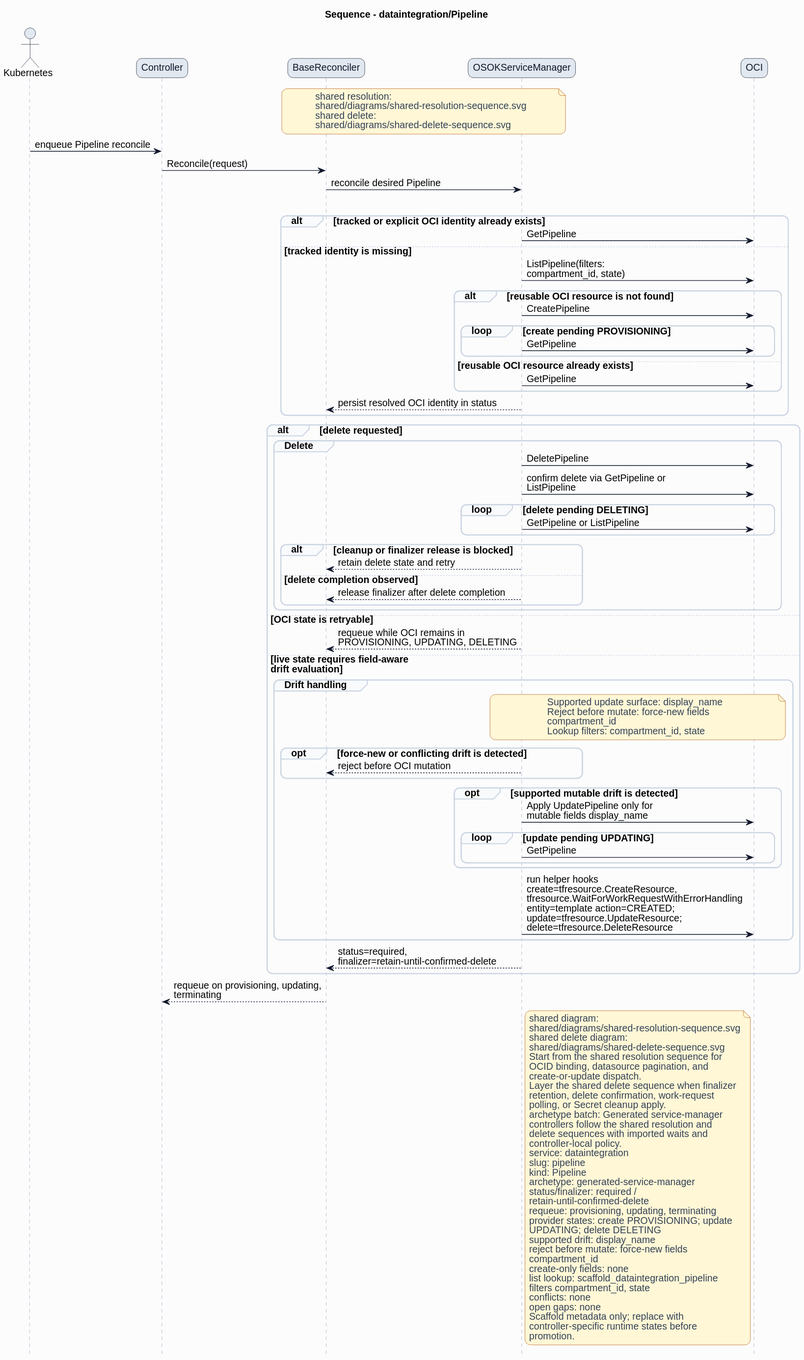
Earlier version of the PlantUML export formal/controllers/dataintegration/pipeline/diagrams/sequence.svg (HaoyL666/oci-service-operator). The source it was exported from:
```plantuml
@startuml
skinparam shadowing false
skinparam backgroundColor #fcfcfd
skinparam defaultFontName Helvetica
skinparam defaultFontSize 14
skinparam arrowColor #0f172a
skinparam noteBackgroundColor #fff7d6
skinparam noteBorderColor #b45309
skinparam noteFontColor #334155
skinparam roundcorner 16
title Sequence - dataintegration/Pipeline
hide footbox
skinparam sequence {
  actorBorderColor #0f172a
  actorBackgroundColor #e2e8f0
  participantBorderColor #0f172a
  participantBackgroundColor #e2e8f0
  participantFontColor #0f172a
  lifeLineBorderColor #94a3b8
  groupBorderColor #cbd5e1
  groupBackgroundColor #f8fafc
}
actor Kubernetes
participant Controller
participant BaseReconciler
participant "OSOKServiceManager" as ServiceManager
participant OCI
note over BaseReconciler,ServiceManager
shared resolution:
shared/diagrams/shared-resolution-sequence.svg
shared delete:
shared/diagrams/shared-delete-sequence.svg
end note
Kubernetes -> Controller: enqueue Pipeline reconcile
Controller -> BaseReconciler: Reconcile(request)
BaseReconciler -> ServiceManager: reconcile desired Pipeline
group Lookup and bind
alt tracked or explicit OCI identity already exists
ServiceManager -> OCI: GetPipeline
else tracked identity is missing
ServiceManager -> OCI: ListPipeline(filters:\ncompartment_id, state)
alt reusable OCI resource is not found
ServiceManager -> OCI: CreatePipeline
loop create pending PROVISIONING
ServiceManager -> OCI: GetPipeline
end
else reusable OCI resource already exists
ServiceManager -> OCI: GetPipeline
end
ServiceManager --> BaseReconciler: persist resolved OCI identity in status
end
alt delete requested
group Delete
ServiceManager -> OCI: DeletePipeline
ServiceManager -> OCI: confirm delete via GetPipeline or\nListPipeline
loop delete pending DELETING
ServiceManager -> OCI: GetPipeline or ListPipeline
end
alt cleanup or finalizer release is blocked
ServiceManager --> BaseReconciler: retain delete state and retry
else delete completion observed
ServiceManager --> BaseReconciler: release finalizer after delete completion
end
end
else OCI state is retryable
ServiceManager --> BaseReconciler: requeue while OCI remains in\nPROVISIONING, UPDATING, DELETING
else live state requires field-aware\ndrift evaluation
group Drift handling
note over ServiceManager,OCI
Supported update surface: display_name
Reject before mutate: force-new fields
compartment_id
Lookup filters: compartment_id, state
end note
opt force-new or conflicting drift is detected
ServiceManager --> BaseReconciler: reject before OCI mutation
end
opt supported mutable drift is detected
ServiceManager -> OCI: Apply UpdatePipeline only for\nmutable fields display_name
loop update pending UPDATING
ServiceManager -> OCI: GetPipeline
end
end
ServiceManager -> OCI: run helper hooks\ncreate=tfresource.CreateResource,\ntfresource.WaitForWorkRequestWithErrorHandling\nentity=template action=CREATED;\nupdate=tfresource.UpdateResource;\ndelete=tfresource.DeleteResource
end
ServiceManager --> BaseReconciler: status=required,\nfinalizer=retain-until-confirmed-delete
end
BaseReconciler --> Controller: requeue on provisioning, updating,\nterminating
note right of ServiceManager
shared diagram:
shared/diagrams/shared-resolution-sequence.svg
shared delete diagram:
shared/diagrams/shared-delete-sequence.svg
Start from the shared resolution sequence for
OCID binding, datasource pagination, and
create-or-update dispatch.
Layer the shared delete sequence when finalizer
retention, delete confirmation, work-request
polling, or Secret cleanup apply.
archetype batch: Generated service-manager
controllers follow the shared resolution and
delete sequences with imported waits and
controller-local policy.
service: dataintegration
slug: pipeline
kind: Pipeline
archetype: generated-service-manager
status/finalizer: required /
retain-until-confirmed-delete
requeue: provisioning, updating, terminating
provider states: create PROVISIONING; update
UPDATING; delete DELETING
supported drift: display_name
reject before mutate: force-new fields
compartment_id
create-only fields: none
list lookup: scaffold_dataintegration_pipeline
filters compartment_id, state
conflicts: none
open gaps: none
Scaffold metadata only; replace with
controller-specific runtime states before
promotion.
end note
@enduml
```
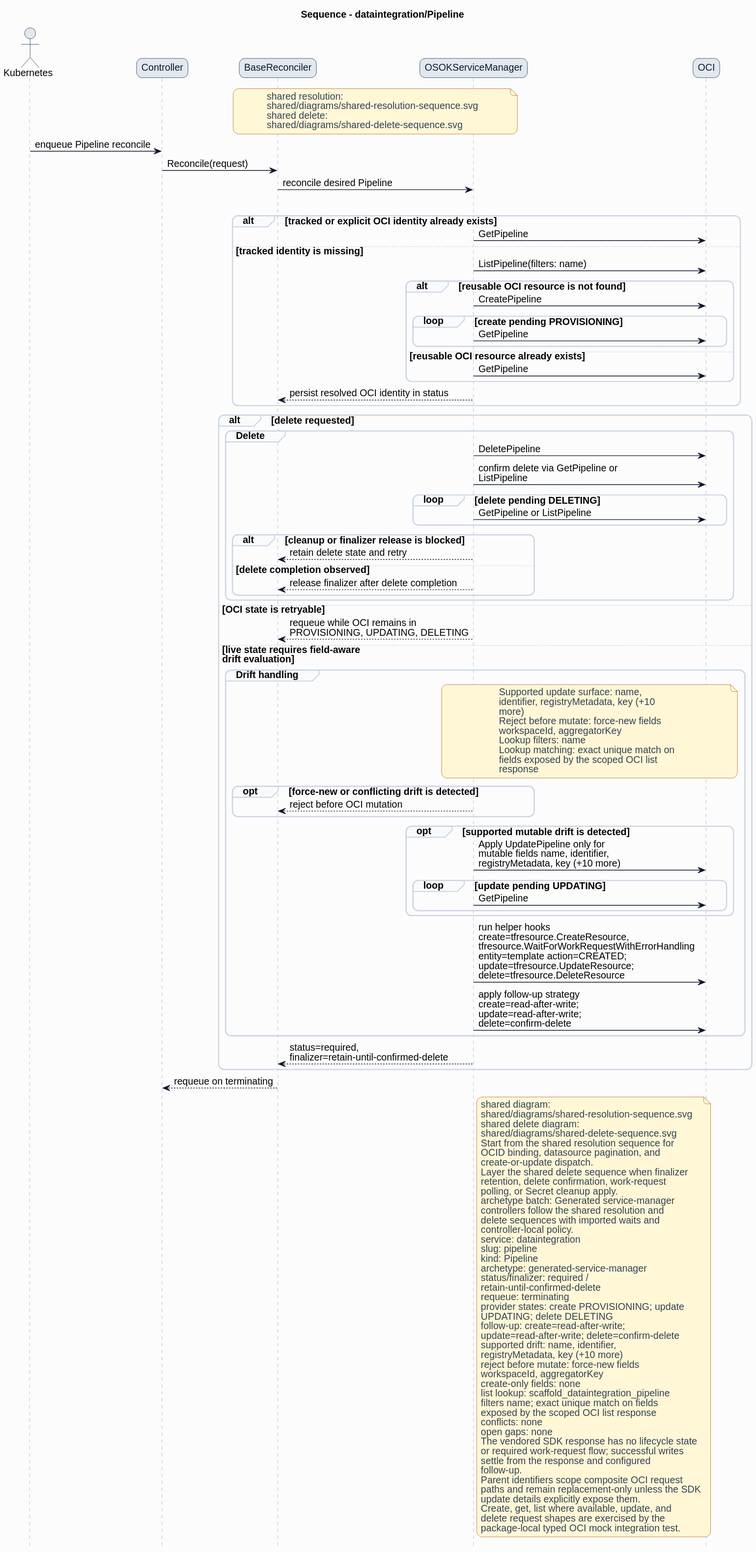
Later version of the same file.

Change to the diagram source:
```diff
@@ -38,7 +38,7 @@
 alt tracked or explicit OCI identity already exists
 ServiceManager -> OCI: GetPipeline
 else tracked identity is missing
-ServiceManager -> OCI: ListPipeline(filters:\ncompartment_id, state)
+ServiceManager -> OCI: ListPipeline(filters: name)
 alt reusable OCI resource is not found
 ServiceManager -> OCI: CreatePipeline
 loop create pending PROVISIONING
@@ -67,25 +67,31 @@
 else live state requires field-aware\ndrift evaluation
 group Drift handling
 note over ServiceManager,OCI
-Supported update surface: display_name
+Supported update surface: name,
+identifier, registryMetadata, key (+10
+more)
 Reject before mutate: force-new fields
-compartment_id
-Lookup filters: compartment_id, state
+workspaceId, aggregatorKey
+Lookup filters: name
+Lookup matching: exact unique match on
+fields exposed by the scoped OCI list
+response
 end note
 opt force-new or conflicting drift is detected
 ServiceManager --> BaseReconciler: reject before OCI mutation
 end
 opt supported mutable drift is detected
-ServiceManager -> OCI: Apply UpdatePipeline only for\nmutable fields display_name
+ServiceManager -> OCI: Apply UpdatePipeline only for\nmutable fields name, identifier,\nregistryMetadata, key (+10 more)
 loop update pending UPDATING
 ServiceManager -> OCI: GetPipeline
 end
 end
 ServiceManager -> OCI: run helper hooks\ncreate=tfresource.CreateResource,\ntfresource.WaitForWorkRequestWithErrorHandling\nentity=template action=CREATED;\nupdate=tfresource.UpdateResource;\ndelete=tfresource.DeleteResource
+ServiceManager -> OCI: apply follow-up strategy\ncreate=read-after-write;\nupdate=read-after-write;\ndelete=confirm-delete
 end
 ServiceManager --> BaseReconciler: status=required,\nfinalizer=retain-until-confirmed-delete
 end
-BaseReconciler --> Controller: requeue on provisioning, updating,\nterminating
+BaseReconciler --> Controller: requeue on terminating
 note right of ServiceManager
 shared diagram:
 shared/diagrams/shared-resolution-sequence.svg
@@ -107,19 +113,30 @@
 archetype: generated-service-manager
 status/finalizer: required /
 retain-until-confirmed-delete
-requeue: provisioning, updating, terminating
+requeue: terminating
 provider states: create PROVISIONING; update
 UPDATING; delete DELETING
-supported drift: display_name
+follow-up: create=read-after-write;
+update=read-after-write; delete=confirm-delete
+supported drift: name, identifier,
+registryMetadata, key (+10 more)
 reject before mutate: force-new fields
-compartment_id
+workspaceId, aggregatorKey
 create-only fields: none
 list lookup: scaffold_dataintegration_pipeline
-filters compartment_id, state
+filters name; exact unique match on fields
+exposed by the scoped OCI list response
 conflicts: none
 open gaps: none
-Scaffold metadata only; replace with
-controller-specific runtime states before
-promotion.
+The vendored SDK response has no lifecycle state
+or required work-request flow; successful writes
+settle from the response and configured
+follow-up.
+Parent identifiers scope composite OCI request
+paths and remain replacement-only unless the SDK
+update details explicitly expose them.
+Create, get, list where available, update, and
+delete request shapes are exercised by the
+package-local typed OCI mock integration test.
 end note
 @enduml
```
